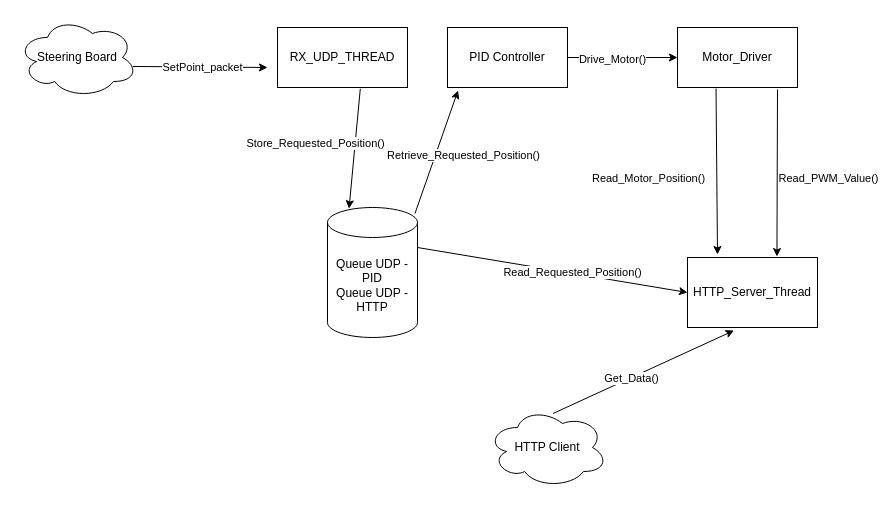
Above: docs/diagrams/dfd_control_board.drawio in fabiesposit/Digital-Steer-by-Wire-Motor-Controller- (draw.io), before the change. Source tidied: cells renumbered, new cells numbered last; positions are measured from the earlier drawing's top-left corner, leaving out a move shared by most shapes. Both pictures are drawn from the tidied source at 100%, with x=0, y=0 at pixel (17, 17).
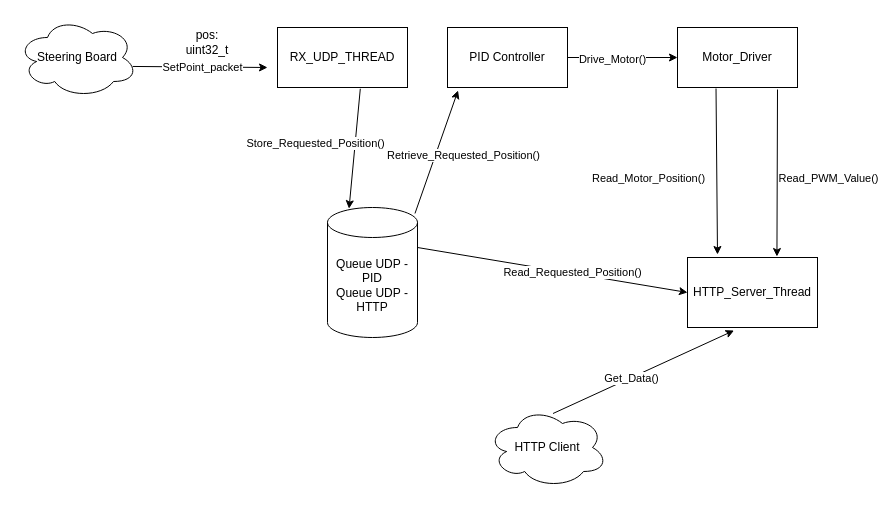
After the change.

Diff of the diagram source:
```diff
@@
+    <mxCell id="25" value="pos: uint32_t" style="text;html=1;whiteSpace=wrap;strokeColor=none;fillColor=none;align=center;verticalAlign=middle;rounded=0;" parent="1" vertex="1">
+      <mxGeometry x="160" y="10" width="60" height="30" as="geometry" />
+    </mxCell>
```
